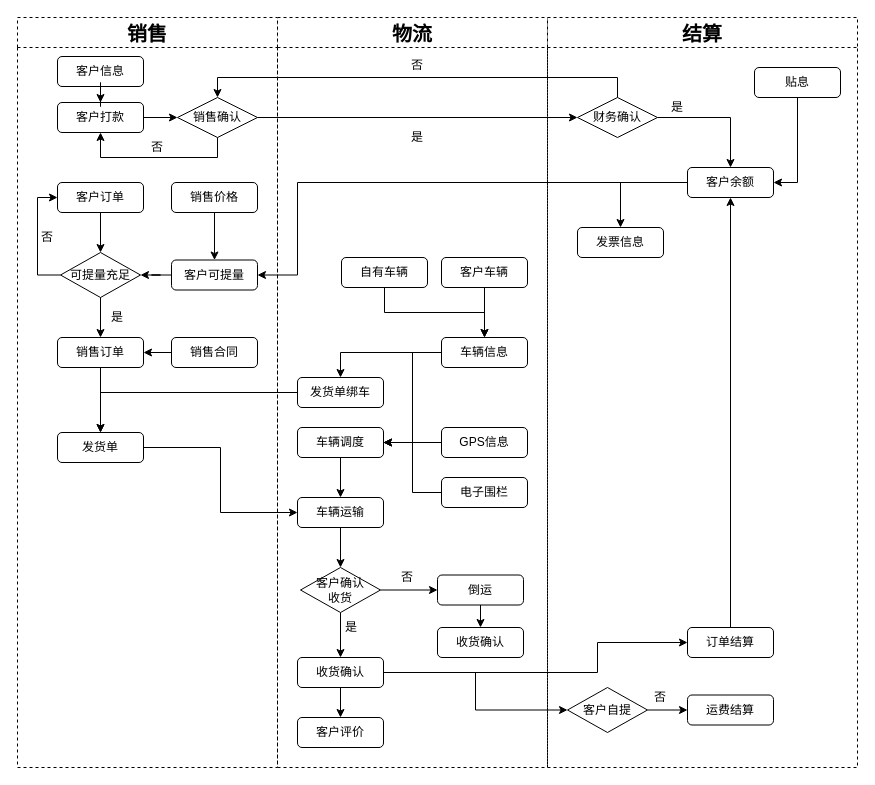
NapChen/NapChen.github.io keeps this draw.io diagram as 东方申易业务流程图.drawio. Above is the earlier version. Source tidied: cells renumbered, new cells numbered last; positions are measured from the earlier drawing's top-left corner, leaving out a move shared by most shapes. Both pictures are drawn from the tidied source at 100%, with x=0, y=0 at pixel (17, 17).
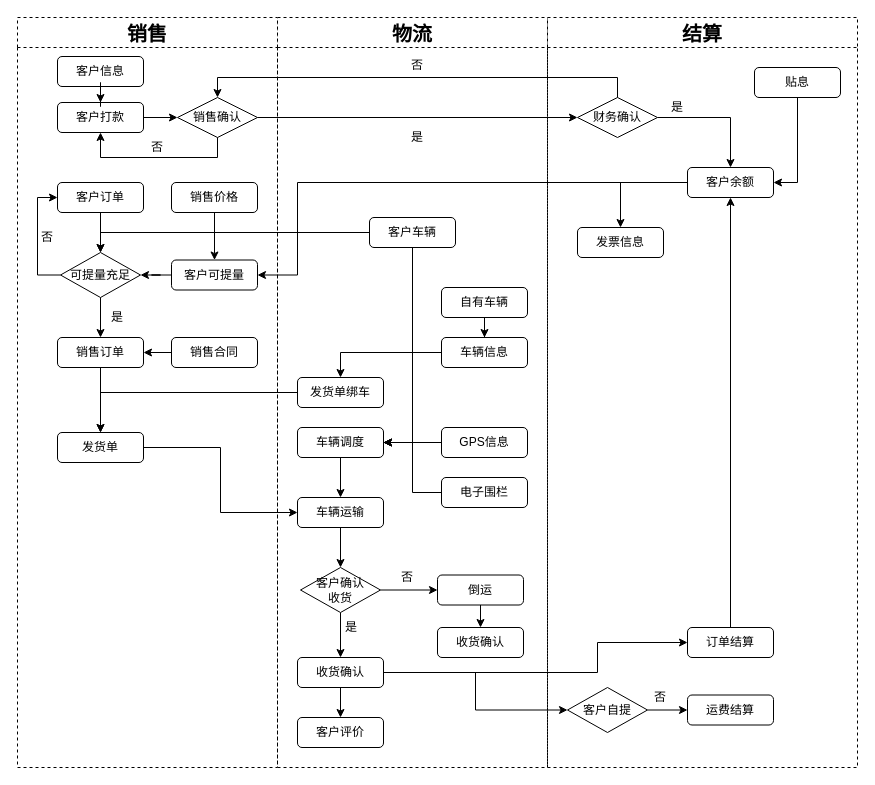
After the change.

Commit message:
更新东方申易业务流程图.drawio

Unchanged cells that the change refers to:
```xml
<mxCell id="11" value="可提量充足" style="rhombus;whiteSpace=wrap;html=1;" parent="4" vertex="1">
  <mxGeometry x="43" y="235" width="80" height="45" as="geometry" />
</mxCell>
<mxCell id="19" value="物流" style="swimlane;dashed=1;startSize=30;fontSize=20;" parent="1" vertex="1">
  <mxGeometry x="260" width="270" height="750" as="geometry" />
</mxCell>
<mxCell id="20" value="车辆信息" style="rounded=1;whiteSpace=wrap;html=1;" parent="19" vertex="1">
  <mxGeometry x="164" y="320" width="86" height="30" as="geometry" />
</mxCell>
<mxCell id="68" value="车辆调度" style="rounded=1;whiteSpace=wrap;html=1;" parent="1" vertex="1">
  <mxGeometry x="280" y="410" width="86" height="30" as="geometry" />
</mxCell>
```

Diff of the diagram source:
```diff
@@
     <mxCell id="38" value="自有车辆" style="rounded=1;whiteSpace=wrap;html=1;" parent="19" vertex="1">
-      <mxGeometry x="64" y="240" width="86" height="30" as="geometry" />
+      <mxGeometry x="164" y="270" width="86" height="30" as="geometry" />
     </mxCell>
-    <mxCell id="39" style="edgeStyle=orthogonalEdgeStyle;rounded=0;jettySize=auto;html=1;entryX=0.5;entryY=0;entryDx=0;entryDy=0;" parent="19" edge="1" source="40" target="20">
-      <mxGeometry relative="1" as="geometry" />
-    </mxCell>
     <mxCell id="40" value="客户车辆" style="rounded=1;whiteSpace=wrap;html=1;" parent="19" vertex="1">
-      <mxGeometry x="164" y="240" width="86" height="30" as="geometry" />
+      <mxGeometry x="92" y="200" width="86" height="30" as="geometry" />
     </mxCell>
@@
+    <mxCell id="78" style="edgeStyle=orthogonalEdgeStyle;rounded=0;jettySize=auto;html=1;entryX=0.5;entryY=0;entryDx=0;entryDy=0;" parent="1" edge="1" source="40" target="11">
+      <mxGeometry relative="1" as="geometry" />
+    </mxCell>
+    <mxCell id="79" style="edgeStyle=orthogonalEdgeStyle;rounded=0;jettySize=auto;html=1;entryX=1;entryY=0.5;entryDx=0;entryDy=0;" parent="1" edge="1" source="40" target="68">
+      <mxGeometry relative="1" as="geometry" />
+    </mxCell>
```
